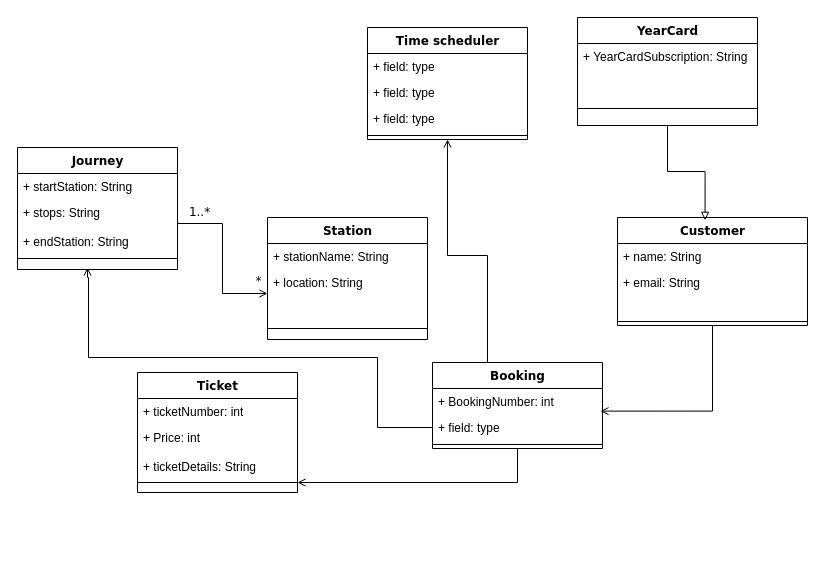
Before: Class diagram.drawio in iafsh/TDDC88-lab3-UML, a draw.io diagram. Source tidied: cells renumbered, new cells numbered last; positions are measured from the earlier drawing's top-left corner, leaving out a move shared by most shapes. Both pictures are drawn from the tidied source at 100%, with x=0, y=0 at pixel (17, 17).
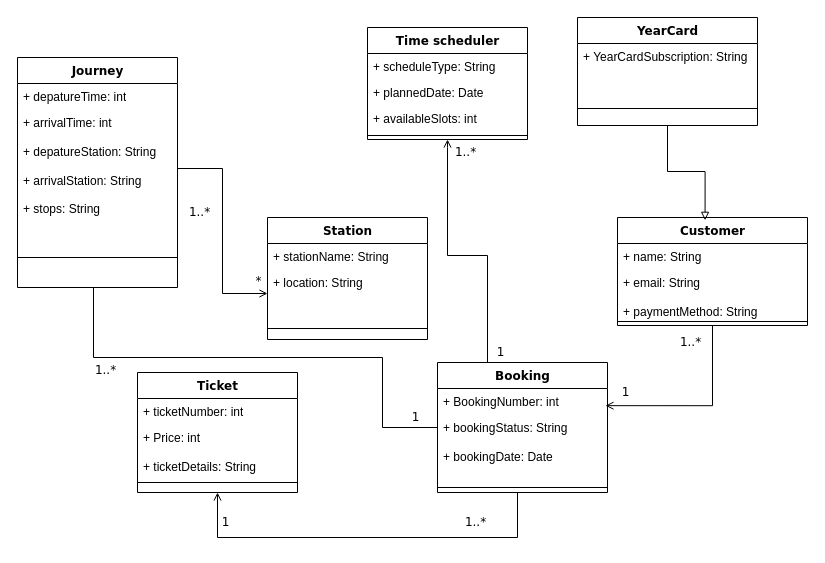
After the change.

The change refers to these unchanged cells:
```xml
<mxCell id="2" value="Customer" style="swimlane;html=1;fontStyle=1;align=center;verticalAlign=top;horizontal=1;startSize=26;swimlaneFillColor=#ffffff;rounded=0;shadow=0;comic=0;labelBackgroundColor=none;strokeWidth=1;fillColor=none;fontFamily=Verdana;fontSize=12;" parent="1" vertex="1">
  <mxGeometry x="600" y="200" width="190" height="108" as="geometry" />
</mxCell>
<mxCell id="16" style="line;html=1;strokeWidth=1;fillColor=none;align=left;verticalAlign=middle;spacingTop=-1;spacingLeft=3;spacingRight=3;labelPosition=right;points=[];portConstraint=eastwest;" parent="13" vertex="1">
  <mxGeometry y="100" width="160" height="20" as="geometry" />
</mxCell>
<mxCell id="17" value="Time scheduler" style="swimlane;html=1;fontStyle=1;align=center;verticalAlign=top;horizontal=1;startSize=26;swimlaneFillColor=#ffffff;rounded=0;shadow=0;comic=0;labelBackgroundColor=none;strokeWidth=1;fillColor=none;fontFamily=Verdana;fontSize=12;" parent="1" vertex="1">
  <mxGeometry x="350" y="10" width="160" height="112" as="geometry" />
</mxCell>
```

Diff of the diagram source:
```diff
@@
-    <mxCell id="4" value="+ email: String" style="text;html=1;strokeColor=none;fillColor=none;align=left;verticalAlign=top;spacingLeft=4;spacingRight=4;whiteSpace=wrap;overflow=hidden;" parent="2" vertex="1">
+    <mxCell id="4" value="+ email: String&lt;div&gt;&lt;br&gt;&lt;/div&gt;&lt;div&gt;+ paymentMethod: String&lt;/div&gt;" style="text;html=1;strokeColor=none;fillColor=none;align=left;verticalAlign=top;spacingLeft=4;spacingRight=4;whiteSpace=wrap;overflow=hidden;" parent="2" vertex="1">
       <mxGeometry y="52" width="190" height="48" as="geometry" />
     </mxCell>
@@
     <mxCell id="6" style="edgeStyle=orthogonalEdgeStyle;rounded=0;jettySize=auto;html=1;endArrow=open;endFill=0;" parent="1" edge="1" source="8" target="16">
-      <mxGeometry relative="1" as="geometry" />
+      <mxGeometry relative="1" as="geometry">
+        <Array as="points">
+          <mxPoint x="500" y="520" />
+          <mxPoint x="200" y="520" />
+        </Array>
+      </mxGeometry>
     </mxCell>
@@
     <mxCell id="8" value="Booking" style="swimlane;html=1;fontStyle=1;align=center;verticalAlign=top;horizontal=1;startSize=26;swimlaneFillColor=#ffffff;rounded=0;shadow=0;comic=0;labelBackgroundColor=none;strokeWidth=1;fillColor=none;fontFamily=Verdana;fontSize=12;" parent="1" vertex="1">
-      <mxGeometry x="415" y="345" width="170" height="86" as="geometry" />
+      <mxGeometry x="420" y="345" width="170" height="130" as="geometry" />
     </mxCell>
@@
-    <mxCell id="11" value="+ field: type" style="text;html=1;strokeColor=none;fillColor=none;align=left;verticalAlign=top;spacingLeft=4;spacingRight=4;whiteSpace=wrap;overflow=hidden;points=[[0,0.5],[1,0.5]];portConstraint=eastwest;" parent="8" vertex="1">
-      <mxGeometry y="52" width="170" height="26" as="geometry" />
+    <mxCell id="11" value="+ bookingStatus: String&lt;div&gt;&lt;br&gt;&lt;/div&gt;&lt;div&gt;+ bookingDate: Date&lt;/div&gt;" style="text;html=1;strokeColor=none;fillColor=none;align=left;verticalAlign=top;spacingLeft=4;spacingRight=4;whiteSpace=wrap;overflow=hidden;points=[[0,0.5],[1,0.5]];portConstraint=eastwest;" parent="8" vertex="1">
+      <mxGeometry y="52" width="170" height="68" as="geometry" />
     </mxCell>
     <mxCell id="12" style="line;html=1;strokeWidth=1;fillColor=none;align=left;verticalAlign=middle;spacingTop=-1;spacingLeft=3;spacingRight=3;labelPosition=right;" parent="8" vertex="1">
-      <mxGeometry y="78" width="170" height="8" as="geometry" />
+      <mxGeometry y="120" width="170" height="10" as="geometry" />
     </mxCell>
@@
-    <mxCell id="18" value="+ field: type" style="text;html=1;strokeColor=none;fillColor=none;align=left;verticalAlign=top;spacingLeft=4;spacingRight=4;whiteSpace=wrap;overflow=hidden;" parent="17" vertex="1">
+    <mxCell id="18" value="+ scheduleType: String" style="text;html=1;strokeColor=none;fillColor=none;align=left;verticalAlign=top;spacingLeft=4;spacingRight=4;whiteSpace=wrap;overflow=hidden;" parent="17" vertex="1">
       <mxGeometry y="26" width="160" height="26" as="geometry" />
     </mxCell>
-    <mxCell id="19" value="+ field: type" style="text;html=1;strokeColor=none;fillColor=none;align=left;verticalAlign=top;spacingLeft=4;spacingRight=4;whiteSpace=wrap;overflow=hidden;" parent="17" vertex="1">
+    <mxCell id="19" value="+ plannedDate: Date" style="text;html=1;strokeColor=none;fillColor=none;align=left;verticalAlign=top;spacingLeft=4;spacingRight=4;whiteSpace=wrap;overflow=hidden;" parent="17" vertex="1">
       <mxGeometry y="52" width="160" height="26" as="geometry" />
     </mxCell>
-    <mxCell id="20" value="+ field: type" style="text;html=1;strokeColor=none;fillColor=none;align=left;verticalAlign=top;spacingLeft=4;spacingRight=4;whiteSpace=wrap;overflow=hidden;" parent="17" vertex="1">
+    <mxCell id="20" value="+ availableSlots: int" style="text;html=1;strokeColor=none;fillColor=none;align=left;verticalAlign=top;spacingLeft=4;spacingRight=4;whiteSpace=wrap;overflow=hidden;" parent="17" vertex="1">
       <mxGeometry y="78" width="160" height="26" as="geometry" />
     </mxCell>
@@
     <mxCell id="22" value="Journey" style="swimlane;html=1;fontStyle=1;align=center;verticalAlign=top;horizontal=1;startSize=26;swimlaneFillColor=#ffffff;rounded=0;shadow=0;comic=0;labelBackgroundColor=none;strokeWidth=1;fillColor=none;fontFamily=Verdana;fontSize=12;" parent="1" vertex="1">
-      <mxGeometry y="130" width="160" height="122" as="geometry" />
+      <mxGeometry y="40" width="160" height="230" as="geometry" />
     </mxCell>
-    <mxCell id="23" value="+ startStation: String&lt;div&gt;&lt;br&gt;&lt;/div&gt;&lt;div&gt;&lt;br&gt;&lt;/div&gt;" style="text;html=1;strokeColor=none;fillColor=none;align=left;verticalAlign=top;spacingLeft=4;spacingRight=4;whiteSpace=wrap;overflow=hidden;" parent="22" vertex="1">
+    <mxCell id="23" value="+ depatureTime: int&lt;div&gt;&lt;br&gt;&lt;/div&gt;&lt;div&gt;&lt;br&gt;&lt;/div&gt;" style="text;html=1;strokeColor=none;fillColor=none;align=left;verticalAlign=top;spacingLeft=4;spacingRight=4;whiteSpace=wrap;overflow=hidden;" parent="22" vertex="1">
       <mxGeometry y="26" width="160" height="26" as="geometry" />
     </mxCell>
-    <mxCell id="24" value="&lt;div&gt;+ stops: String&lt;/div&gt;&lt;div&gt;&lt;br&gt;&lt;/div&gt;+ endStation: String&lt;div&gt;&lt;br&gt;&lt;/div&gt;&lt;div&gt;&lt;br&gt;&lt;/div&gt;" style="text;html=1;strokeColor=none;fillColor=none;align=left;verticalAlign=top;spacingLeft=4;spacingRight=4;whiteSpace=wrap;overflow=hidden;points=[[0,0.5],[1,0.5]];portConstraint=eastwest;" parent="22" vertex="1">
-      <mxGeometry y="52" width="160" height="48" as="geometry" />
+    <mxCell id="24" value="&lt;div&gt;+ arrivalTime: int&lt;/div&gt;&lt;div&gt;&lt;br&gt;&lt;/div&gt;&lt;div&gt;+ depatureStation: String&lt;/div&gt;&lt;div&gt;&lt;br&gt;&lt;/div&gt;&lt;div&gt;+ arrivalStation: String&lt;/div&gt;&lt;div&gt;&lt;br&gt;&lt;/div&gt;+ stops: String&lt;div&gt;&lt;br&gt;&lt;/div&gt;&lt;div&gt;&lt;br&gt;&lt;/div&gt;" style="text;html=1;strokeColor=none;fillColor=none;align=left;verticalAlign=top;spacingLeft=4;spacingRight=4;whiteSpace=wrap;overflow=hidden;points=[[0,0.5],[1,0.5]];portConstraint=eastwest;" parent="22" vertex="1">
+      <mxGeometry y="52" width="160" height="118" as="geometry" />
     </mxCell>
     <mxCell id="25" style="line;html=1;strokeWidth=1;fillColor=none;align=left;verticalAlign=middle;spacingTop=-1;spacingLeft=3;spacingRight=3;labelPosition=right;" parent="22" vertex="1">
-      <mxGeometry y="100" width="160" height="22" as="geometry" />
+      <mxGeometry y="170" width="160" height="60" as="geometry" />
     </mxCell>
@@
+    <mxCell id="38" value="1..*" style="text;html=1;align=center;verticalAlign=middle;labelBackgroundColor=#ffffff;fontSize=12;fontFamily=Verdana;" parent="1" vertex="1">
+      <mxGeometry x="695" y="280" as="geometry">
+        <mxPoint x="-23" y="44" as="offset" />
+      </mxGeometry>
+    </mxCell>
+    <mxCell id="39" value="1" style="text;html=1;align=center;verticalAlign=middle;labelBackgroundColor=#ffffff;fontSize=12;fontFamily=Verdana;" parent="1" vertex="1">
+      <mxGeometry x="630" y="330" as="geometry">
+        <mxPoint x="-23" y="44" as="offset" />
+      </mxGeometry>
+    </mxCell>
+    <mxCell id="40" value="1..*" style="text;html=1;align=center;verticalAlign=middle;labelBackgroundColor=#ffffff;fontSize=12;fontFamily=Verdana;" parent="1" vertex="1">
+      <mxGeometry x="480" y="460" as="geometry">
+        <mxPoint x="-23" y="44" as="offset" />
+      </mxGeometry>
+    </mxCell>
+    <mxCell id="41" value="1" style="text;html=1;align=center;verticalAlign=middle;labelBackgroundColor=#ffffff;fontSize=12;fontFamily=Verdana;" parent="1" vertex="1">
+      <mxGeometry x="230" y="460" as="geometry">
+        <mxPoint x="-23" y="44" as="offset" />
+      </mxGeometry>
+    </mxCell>
+    <mxCell id="42" value="1..*" style="text;html=1;align=center;verticalAlign=middle;labelBackgroundColor=#ffffff;fontSize=12;fontFamily=Verdana;" parent="1" vertex="1">
+      <mxGeometry x="110" y="308" as="geometry">
+        <mxPoint x="-23" y="44" as="offset" />
+      </mxGeometry>
+    </mxCell>
+    <mxCell id="43" value="1" style="text;html=1;align=center;verticalAlign=middle;labelBackgroundColor=#ffffff;fontSize=12;fontFamily=Verdana;" parent="1" vertex="1">
+      <mxGeometry x="420" y="355" as="geometry">
+        <mxPoint x="-23" y="44" as="offset" />
+      </mxGeometry>
+    </mxCell>
+    <mxCell id="44" value="1" style="text;html=1;align=center;verticalAlign=middle;labelBackgroundColor=#ffffff;fontSize=12;fontFamily=Verdana;" parent="1" vertex="1">
+      <mxGeometry x="505" y="290" as="geometry">
+        <mxPoint x="-23" y="44" as="offset" />
+      </mxGeometry>
+    </mxCell>
+    <mxCell id="45" value="1..*" style="text;html=1;align=center;verticalAlign=middle;labelBackgroundColor=#ffffff;fontSize=12;fontFamily=Verdana;" parent="1" vertex="1">
+      <mxGeometry x="470" y="90" as="geometry">
+        <mxPoint x="-23" y="44" as="offset" />
+      </mxGeometry>
+    </mxCell>
```
